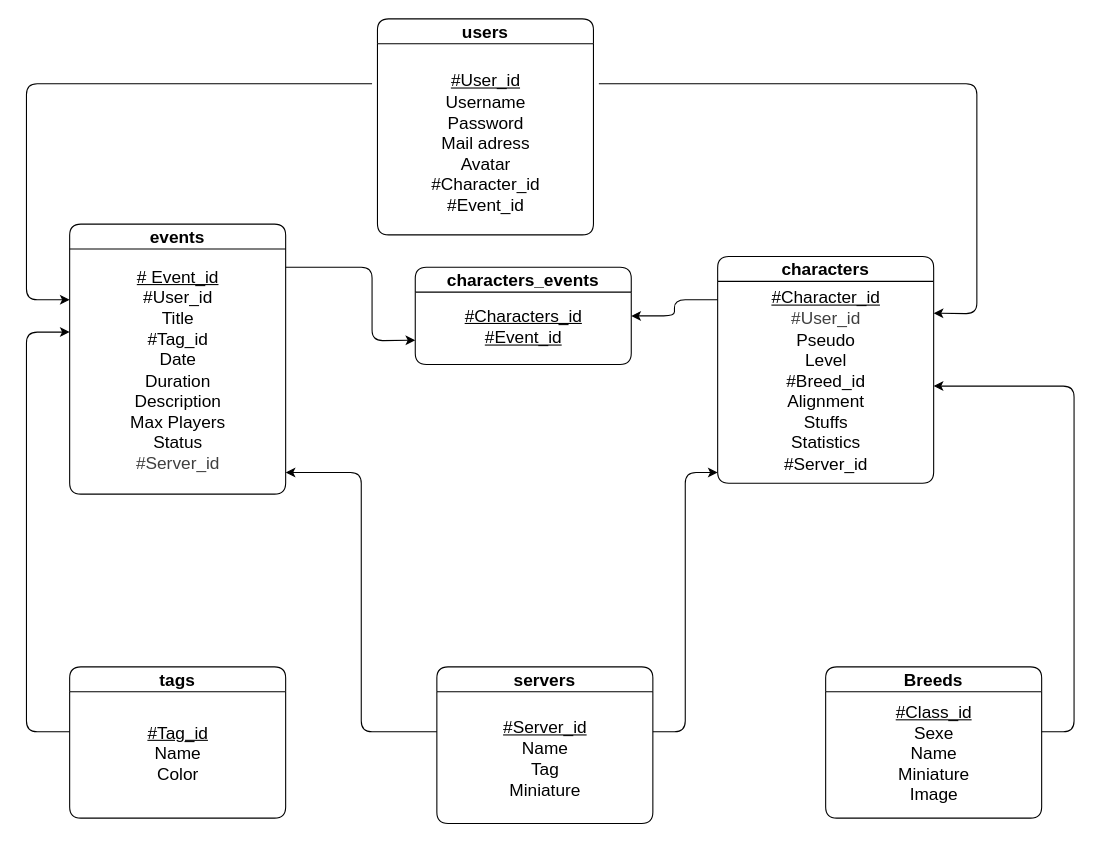
Before: docs/database/MLD.drawio in AlexandreDejour/DofusGroup, a draw.io diagram. Source tidied: cells renumbered, new cells numbered last; positions are measured from the earlier drawing's top-left corner, leaving out a move shared by most shapes. Both pictures are drawn from the tidied source at 108%, with x=0, y=0 at pixel (26, 18).
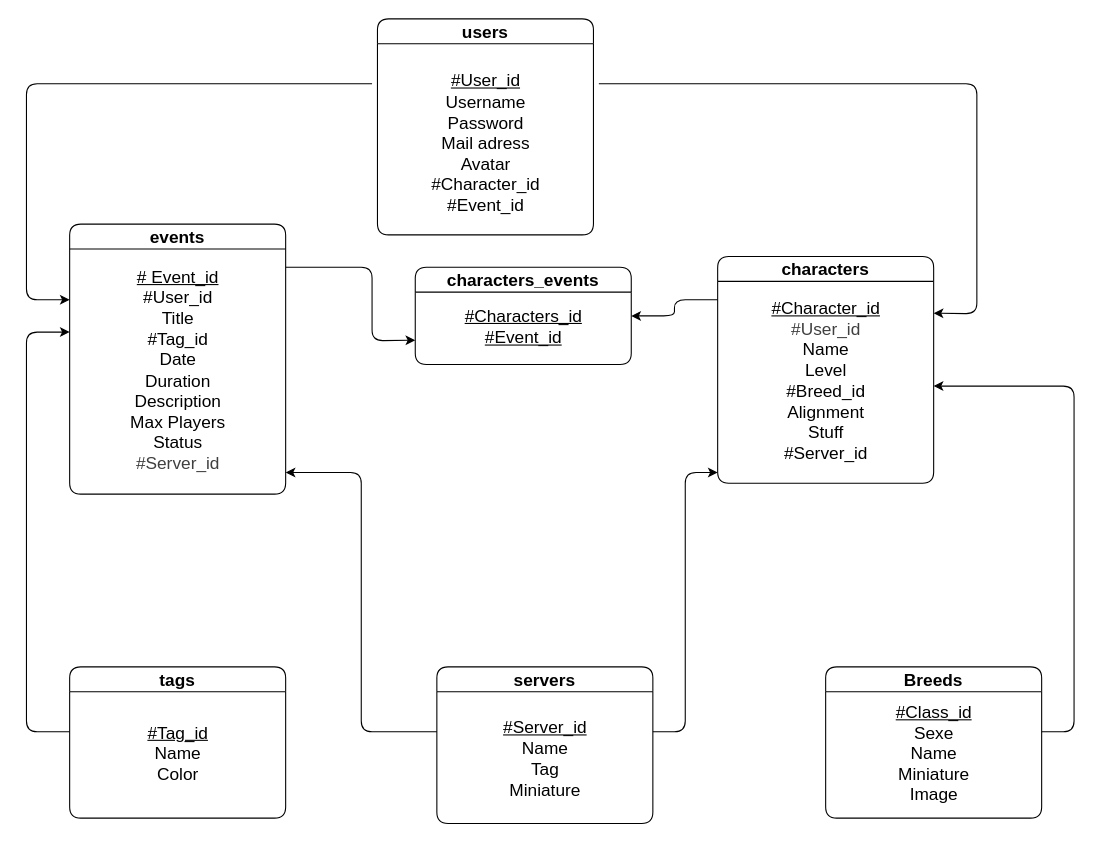
Above is the later version.

Commit message (it also covers changes not shown here):
Create Server model

The change refers to these unchanged cells:
```xml
<mxCell id="5" value="&lt;span style=&quot;font-size: 16px;&quot;&gt;characters&lt;/span&gt;" style="swimlane;whiteSpace=wrap;html=1;fillColor=#FFFFFF;rounded=1;shadow=0;glass=0;swimlaneLine=1;separatorColor=none;" parent="1" vertex="1">
  <mxGeometry x="640" y="220" width="200" height="210" as="geometry" />
</mxCell>
```

Diff of the diagram source:
```diff
@@
-    <mxCell id="6" value="&lt;div&gt;&lt;span style=&quot;font-size: 16px;&quot;&gt;&lt;u&gt;#Character_id&lt;/u&gt;&lt;/span&gt;&lt;/div&gt;&lt;div&gt;&lt;span style=&quot;color: rgb(63, 63, 63); font-size: 16px;&quot;&gt;#User_id&lt;/span&gt;&lt;span style=&quot;font-size: 16px;&quot;&gt;&lt;u&gt;&lt;br&gt;&lt;/u&gt;&lt;/span&gt;&lt;/div&gt;&lt;div&gt;&lt;span style=&quot;font-size: 16px;&quot;&gt;Pseudo&lt;/span&gt;&lt;/div&gt;&lt;div&gt;&lt;span style=&quot;font-size: 16px;&quot;&gt;Level&lt;/span&gt;&lt;/div&gt;&lt;div&gt;&lt;span style=&quot;font-size: 16px;&quot;&gt;#Breed_id&lt;/span&gt;&lt;/div&gt;&lt;div&gt;&lt;span style=&quot;font-size: 16px;&quot;&gt;Alignment&lt;/span&gt;&lt;/div&gt;&lt;div&gt;&lt;span style=&quot;font-size: 16px;&quot;&gt;Stuffs&lt;/span&gt;&lt;/div&gt;&lt;div&gt;&lt;span style=&quot;font-size: 16px;&quot;&gt;Statistics&lt;/span&gt;&lt;/div&gt;&lt;div&gt;&lt;span style=&quot;font-size: 16px;&quot;&gt;#Server_id&lt;/span&gt;&lt;/div&gt;" style="text;html=1;align=center;verticalAlign=middle;strokeColor=none;fillColor=none;" parent="5" vertex="1">
-      <mxGeometry x="40" y="20" width="120" height="190" as="geometry" />
+    <mxCell id="6" value="&lt;div&gt;&lt;span style=&quot;font-size: 16px;&quot;&gt;&lt;u&gt;#Character_id&lt;/u&gt;&lt;/span&gt;&lt;/div&gt;&lt;div&gt;&lt;span style=&quot;color: rgb(63, 63, 63); font-size: 16px;&quot;&gt;#User_id&lt;/span&gt;&lt;span style=&quot;font-size: 16px;&quot;&gt;&lt;u&gt;&lt;br&gt;&lt;/u&gt;&lt;/span&gt;&lt;/div&gt;&lt;div&gt;&lt;span style=&quot;font-size: 16px;&quot;&gt;Name&lt;/span&gt;&lt;/div&gt;&lt;div&gt;&lt;span style=&quot;font-size: 16px;&quot;&gt;Level&lt;/span&gt;&lt;/div&gt;&lt;div&gt;&lt;span style=&quot;font-size: 16px;&quot;&gt;#Breed_id&lt;/span&gt;&lt;/div&gt;&lt;div&gt;&lt;span style=&quot;font-size: 16px;&quot;&gt;Alignment&lt;/span&gt;&lt;/div&gt;&lt;div&gt;&lt;span style=&quot;font-size: 16px;&quot;&gt;Stuff&lt;/span&gt;&lt;/div&gt;&lt;div&gt;&lt;span style=&quot;font-size: 16px; background-color: transparent;&quot;&gt;#Server_id&lt;/span&gt;&lt;/div&gt;" style="text;html=1;align=center;verticalAlign=middle;strokeColor=none;fillColor=none;" parent="5" vertex="1">
+      <mxGeometry x="40" y="30" width="120" height="170" as="geometry" />
     </mxCell>
```
